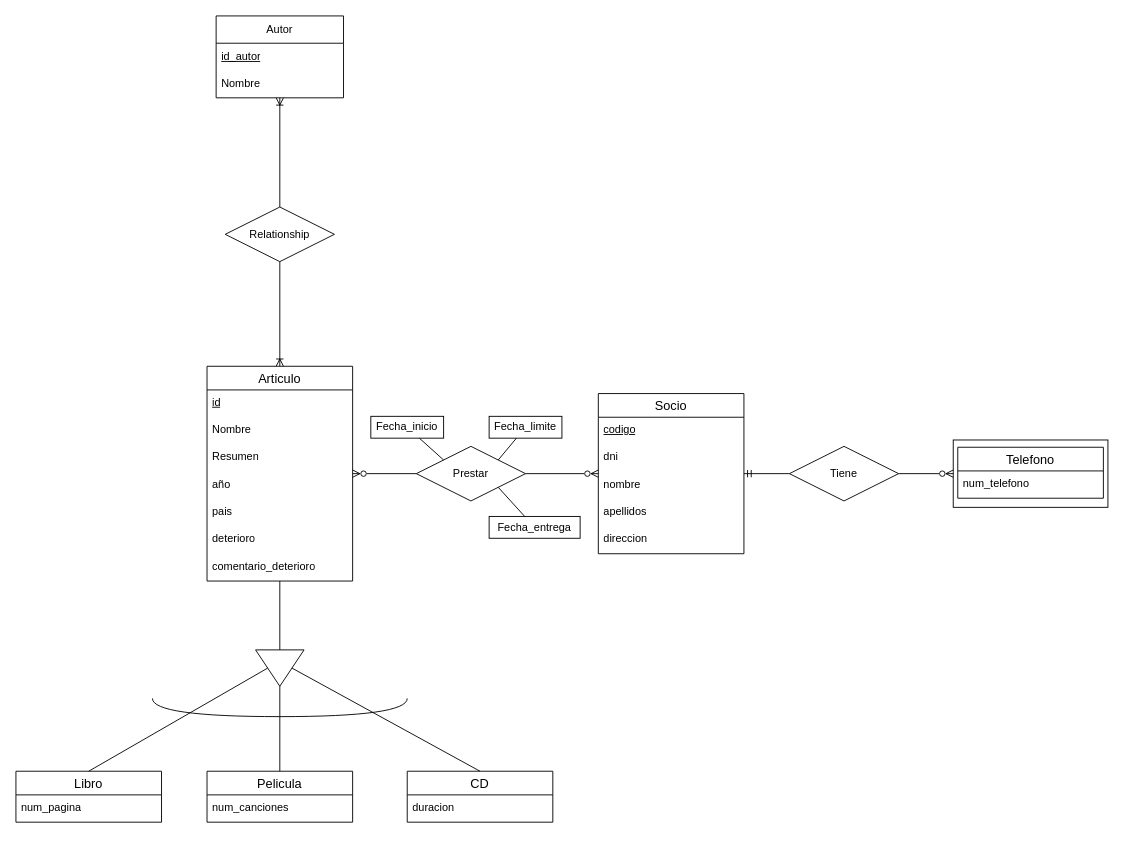
Earlier version of the draw.io diagram TA12Ej6.drawio (AlejandroCara/acr-tsys-modeloER-drawio-1110). Source tidied: cells renumbered, new cells numbered last; positions are measured from the earlier drawing's top-left corner, leaving out a move shared by most shapes. Both pictures are drawn from the tidied source at 91%, with x=0, y=0 at pixel (15, 15).
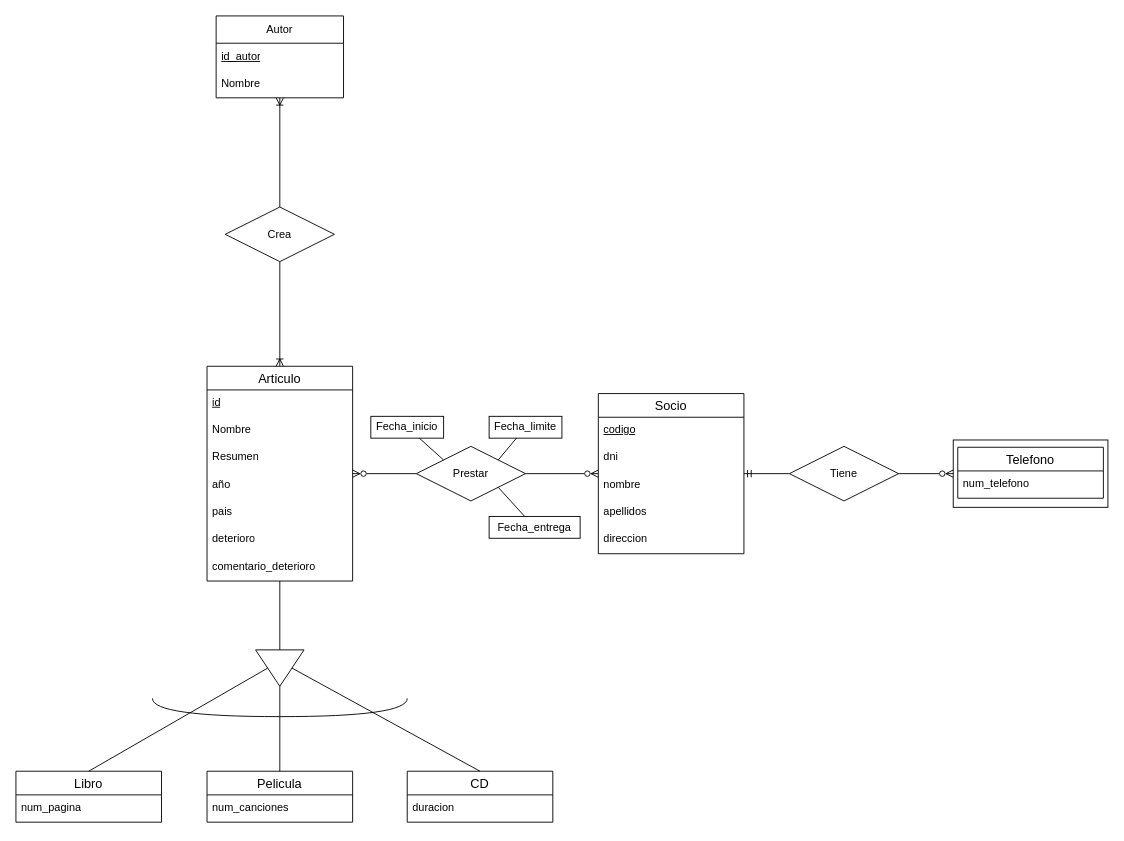
The same diagram, later.

Commit message:
Verbo de relacion autor y articulo TA12Ej6.drawio

Diff of the diagram source:
```diff
@@
-    <mxCell id="48" value="Relationship" style="shape=rhombus;perimeter=rhombusPerimeter;whiteSpace=wrap;html=1;align=center;" parent="1" vertex="1">
+    <mxCell id="48" value="Crea" style="shape=rhombus;perimeter=rhombusPerimeter;whiteSpace=wrap;html=1;align=center;" parent="1" vertex="1">
       <mxGeometry x="230" y="210" width="120" height="60" as="geometry" />
     </mxCell>
```
